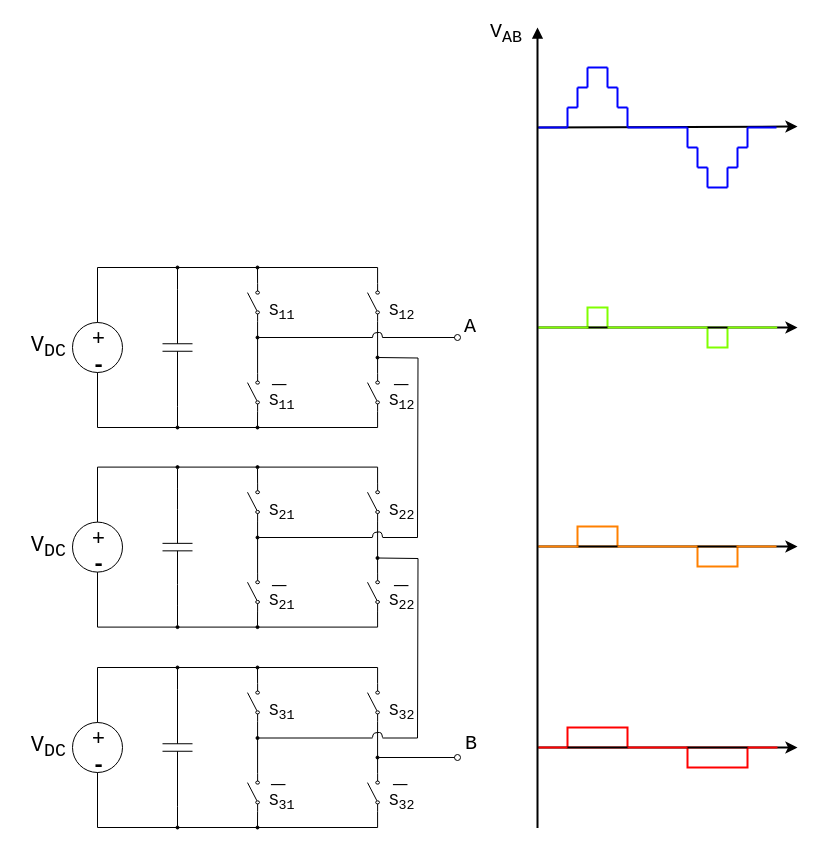
Earlier version of the draw.io diagram CHBMI_waveforms.drawio (thece36/drawio). Source tidied: cells renumbered, new cells numbered last; positions are measured from the earlier drawing's top-left corner, leaving out a move shared by most shapes. Both pictures are drawn from the tidied source at 100%, with x=0, y=0 at pixel (17, 17).
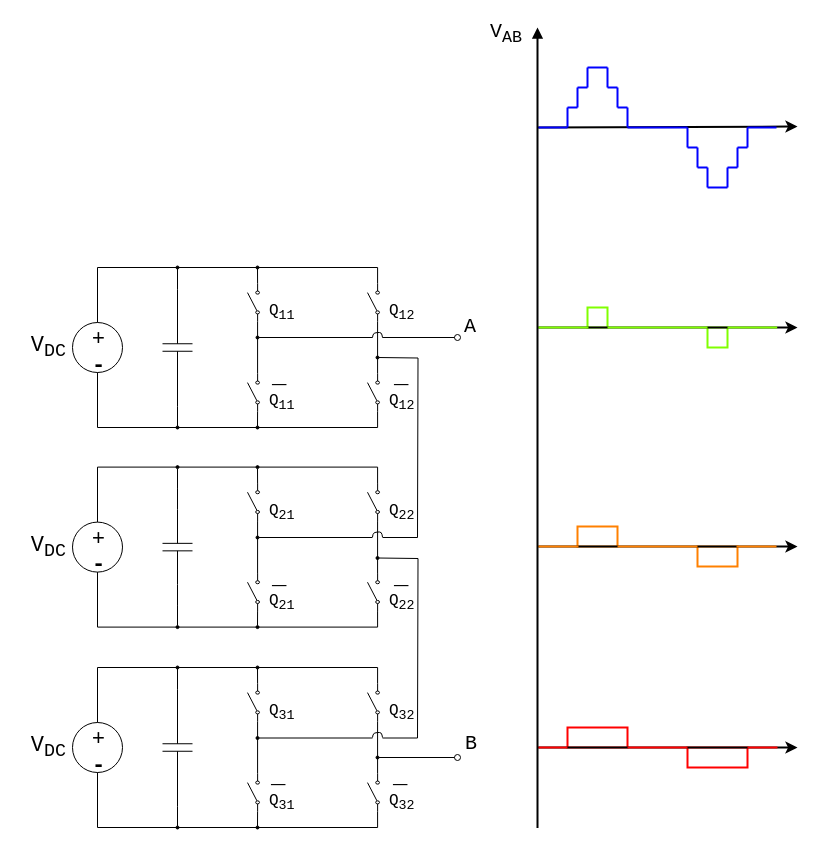
Above is the later version.

What changed in the source:
```diff
@@
-    <mxCell id="26" value="&lt;font face=&quot;Courier New&quot;&gt;S&lt;sub&gt;11&lt;/sub&gt;&lt;/font&gt;" style="text;html=1;align=left;verticalAlign=top;spacingTop=-4;fontSize=16;" parent="1" vertex="1">
+    <mxCell id="26" value="&lt;font face=&quot;Courier New&quot;&gt;Q&lt;sub&gt;11&lt;/sub&gt;&lt;/font&gt;" style="text;html=1;align=left;verticalAlign=top;spacingTop=-4;fontSize=16;" parent="1" vertex="1">
       <mxGeometry x="250" y="280" width="40" height="20" as="geometry" />
     </mxCell>
-    <mxCell id="27" value="&lt;font face=&quot;Courier New&quot;&gt;S&lt;sub&gt;12&lt;/sub&gt;&lt;/font&gt;" style="text;html=1;align=left;verticalAlign=top;spacingTop=-4;fontSize=16;" parent="1" vertex="1">
+    <mxCell id="27" value="&lt;font face=&quot;Courier New&quot;&gt;Q&lt;/font&gt;&lt;font face=&quot;Courier New&quot;&gt;&lt;sub&gt;12&lt;/sub&gt;&lt;/font&gt;" style="text;html=1;align=left;verticalAlign=top;spacingTop=-4;fontSize=16;" parent="1" vertex="1">
       <mxGeometry x="370" y="280" width="40" height="20" as="geometry" />
     </mxCell>
-    <mxCell id="28" value="&lt;font face=&quot;Courier New&quot;&gt;S&lt;sub&gt;12&lt;/sub&gt;&lt;/font&gt;" style="text;html=1;align=left;verticalAlign=top;spacingTop=-4;fontSize=16;" parent="1" vertex="1">
+    <mxCell id="28" value="&lt;font face=&quot;Courier New&quot;&gt;Q&lt;/font&gt;&lt;font face=&quot;Courier New&quot;&gt;&lt;sub&gt;12&lt;/sub&gt;&lt;/font&gt;" style="text;html=1;align=left;verticalAlign=top;spacingTop=-4;fontSize=16;" parent="1" vertex="1">
       <mxGeometry x="370" y="370" width="40" height="20" as="geometry" />
     </mxCell>
-    <mxCell id="29" value="&lt;font face=&quot;Courier New&quot;&gt;S&lt;sub&gt;11&lt;/sub&gt;&lt;/font&gt;" style="text;html=1;align=left;verticalAlign=top;spacingTop=-4;fontSize=16;" parent="1" vertex="1">
+    <mxCell id="29" value="&lt;font face=&quot;Courier New&quot;&gt;Q&lt;/font&gt;&lt;font face=&quot;Courier New&quot;&gt;&lt;sub&gt;11&lt;/sub&gt;&lt;/font&gt;" style="text;html=1;align=left;verticalAlign=top;spacingTop=-4;fontSize=16;" parent="1" vertex="1">
       <mxGeometry x="250" y="370" width="40" height="20" as="geometry" />
     </mxCell>
@@
-    <mxCell id="48" value="&lt;font face=&quot;Courier New&quot;&gt;S&lt;sub&gt;21&lt;/sub&gt;&lt;/font&gt;" style="text;html=1;align=left;verticalAlign=top;spacingTop=-4;fontSize=16;" parent="1" vertex="1">
+    <mxCell id="48" value="&lt;font face=&quot;Courier New&quot;&gt;Q&lt;/font&gt;&lt;font face=&quot;Courier New&quot;&gt;&lt;sub&gt;21&lt;/sub&gt;&lt;/font&gt;" style="text;html=1;align=left;verticalAlign=top;spacingTop=-4;fontSize=16;" parent="1" vertex="1">
       <mxGeometry x="250" y="479.6" width="40" height="20" as="geometry" />
     </mxCell>
-    <mxCell id="49" value="&lt;font face=&quot;Courier New&quot;&gt;S&lt;sub&gt;22&lt;/sub&gt;&lt;/font&gt;" style="text;html=1;align=left;verticalAlign=top;spacingTop=-4;fontSize=16;" parent="1" vertex="1">
+    <mxCell id="49" value="&lt;font face=&quot;Courier New&quot;&gt;Q&lt;/font&gt;&lt;font face=&quot;Courier New&quot;&gt;&lt;sub&gt;22&lt;/sub&gt;&lt;/font&gt;" style="text;html=1;align=left;verticalAlign=top;spacingTop=-4;fontSize=16;" parent="1" vertex="1">
       <mxGeometry x="370" y="479.6" width="40" height="20" as="geometry" />
     </mxCell>
-    <mxCell id="50" value="&lt;font face=&quot;Courier New&quot;&gt;S&lt;sub&gt;22&lt;/sub&gt;&lt;/font&gt;" style="text;html=1;align=left;verticalAlign=top;spacingTop=-4;fontSize=16;" parent="1" vertex="1">
+    <mxCell id="50" value="&lt;font face=&quot;Courier New&quot;&gt;Q&lt;/font&gt;&lt;font face=&quot;Courier New&quot;&gt;&lt;sub&gt;22&lt;/sub&gt;&lt;/font&gt;" style="text;html=1;align=left;verticalAlign=top;spacingTop=-4;fontSize=16;" parent="1" vertex="1">
       <mxGeometry x="370" y="569.6" width="40" height="20" as="geometry" />
     </mxCell>
-    <mxCell id="51" value="&lt;font face=&quot;Courier New&quot;&gt;S&lt;sub&gt;21&lt;/sub&gt;&lt;/font&gt;" style="text;html=1;align=left;verticalAlign=top;spacingTop=-4;fontSize=16;" parent="1" vertex="1">
+    <mxCell id="51" value="&lt;font face=&quot;Courier New&quot;&gt;Q&lt;/font&gt;&lt;font face=&quot;Courier New&quot;&gt;&lt;sub&gt;21&lt;/sub&gt;&lt;/font&gt;" style="text;html=1;align=left;verticalAlign=top;spacingTop=-4;fontSize=16;" parent="1" vertex="1">
       <mxGeometry x="250" y="569.6" width="40" height="20" as="geometry" />
     </mxCell>
@@
-    <mxCell id="70" value="&lt;font face=&quot;Courier New&quot;&gt;S&lt;sub&gt;31&lt;/sub&gt;&lt;/font&gt;" style="text;html=1;align=left;verticalAlign=top;spacingTop=-4;fontSize=16;" parent="1" vertex="1">
+    <mxCell id="70" value="&lt;font face=&quot;Courier New&quot;&gt;Q&lt;/font&gt;&lt;font face=&quot;Courier New&quot;&gt;&lt;sub&gt;31&lt;/sub&gt;&lt;/font&gt;" style="text;html=1;align=left;verticalAlign=top;spacingTop=-4;fontSize=16;" parent="1" vertex="1">
       <mxGeometry x="250" y="680" width="40" height="20" as="geometry" />
     </mxCell>
-    <mxCell id="71" value="&lt;font face=&quot;Courier New&quot;&gt;S&lt;sub&gt;32&lt;/sub&gt;&lt;/font&gt;" style="text;html=1;align=left;verticalAlign=top;spacingTop=-4;fontSize=16;" parent="1" vertex="1">
+    <mxCell id="71" value="&lt;font face=&quot;Courier New&quot;&gt;Q&lt;/font&gt;&lt;font face=&quot;Courier New&quot;&gt;&lt;sub&gt;32&lt;/sub&gt;&lt;/font&gt;" style="text;html=1;align=left;verticalAlign=top;spacingTop=-4;fontSize=16;" parent="1" vertex="1">
       <mxGeometry x="370" y="680" width="40" height="20" as="geometry" />
     </mxCell>
-    <mxCell id="72" value="&lt;font face=&quot;Courier New&quot;&gt;S&lt;sub&gt;32&lt;/sub&gt;&lt;/font&gt;" style="text;html=1;align=left;verticalAlign=top;spacingTop=-4;fontSize=16;" parent="1" vertex="1">
+    <mxCell id="72" value="&lt;font face=&quot;Courier New&quot;&gt;Q&lt;/font&gt;&lt;font face=&quot;Courier New&quot;&gt;&lt;sub&gt;32&lt;/sub&gt;&lt;/font&gt;" style="text;html=1;align=left;verticalAlign=top;spacingTop=-4;fontSize=16;" parent="1" vertex="1">
       <mxGeometry x="370" y="770" width="40" height="20" as="geometry" />
     </mxCell>
-    <mxCell id="73" value="&lt;font face=&quot;Courier New&quot;&gt;S&lt;sub&gt;31&lt;/sub&gt;&lt;/font&gt;" style="text;html=1;align=left;verticalAlign=top;spacingTop=-4;fontSize=16;" parent="1" vertex="1">
+    <mxCell id="73" value="&lt;font face=&quot;Courier New&quot;&gt;Q&lt;/font&gt;&lt;font face=&quot;Courier New&quot;&gt;&lt;sub&gt;31&lt;/sub&gt;&lt;/font&gt;" style="text;html=1;align=left;verticalAlign=top;spacingTop=-4;fontSize=16;" parent="1" vertex="1">
       <mxGeometry x="250" y="770" width="40" height="20" as="geometry" />
     </mxCell>
```
